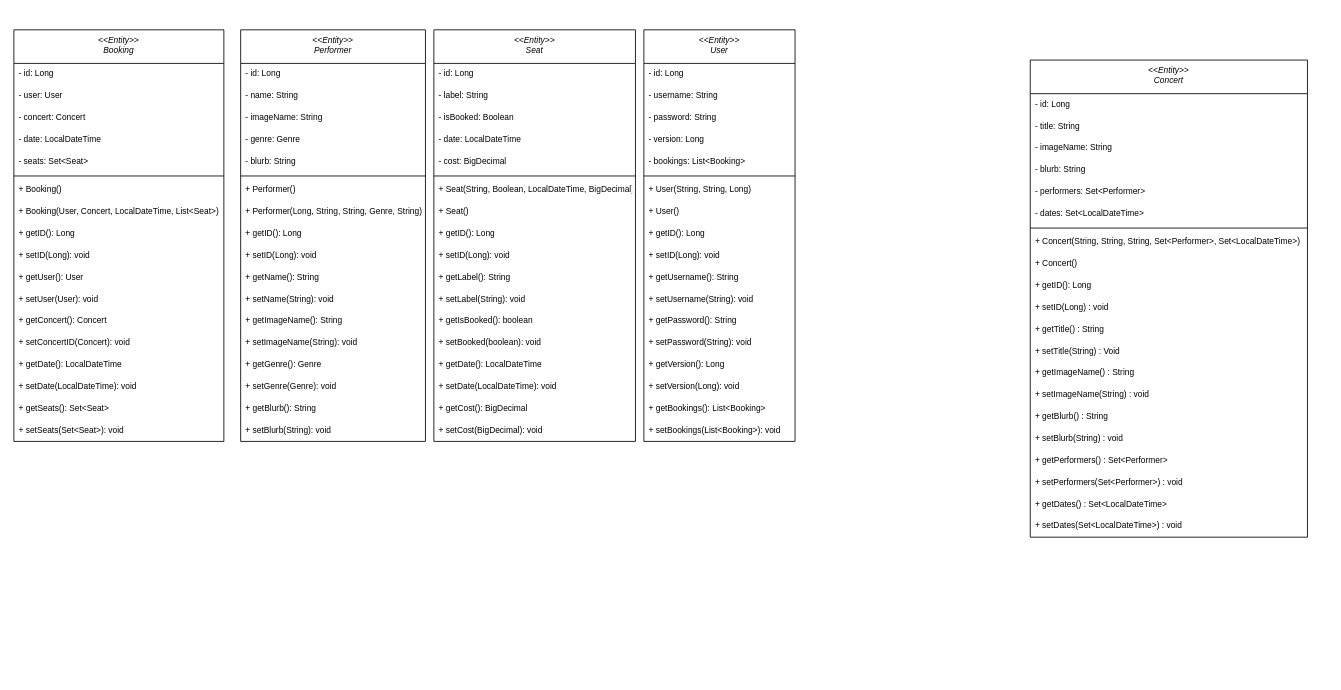
Above: Concert Project Class Diagram.drawio in jsokhon/CS331-Team-Project (draw.io), before the change. Source tidied: cells renumbered, new cells numbered last; positions are measured from the earlier drawing's top-left corner, leaving out a move shared by most shapes. Both pictures are drawn from the tidied source at 84%, with x=0, y=0 at pixel (13, 29).
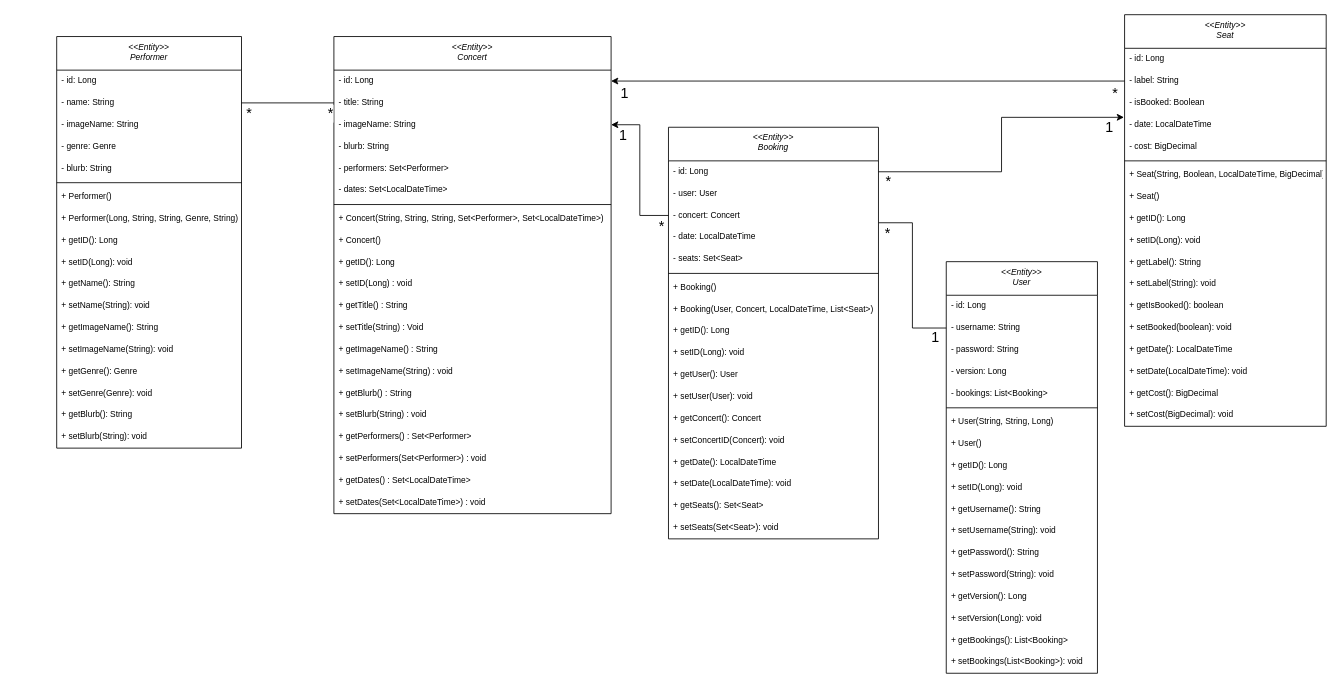
The same page after the edit.

The change refers to these unchanged cells:
```xml
<mxCell id="3" value="- id: Long" style="text;align=left;verticalAlign=top;spacingLeft=4;spacingRight=4;overflow=hidden;points=[[0,0.5],[1,0.5]];portConstraint=eastwest;fontSize=10;" parent="2" vertex="1">
  <mxGeometry y="40" width="330" height="26" as="geometry" />
</mxCell>
<mxCell id="4" value="- title: String" style="text;align=left;verticalAlign=top;spacingLeft=4;spacingRight=4;overflow=hidden;points=[[0,0.5],[1,0.5]];portConstraint=eastwest;rounded=0;shadow=0;html=0;fontSize=10;" parent="2" vertex="1">
  <mxGeometry y="66" width="330" height="26" as="geometry" />
</mxCell>
<mxCell id="5" value="- imageName: String&#10;" style="text;align=left;verticalAlign=top;spacingLeft=4;spacingRight=4;overflow=hidden;points=[[0,0.5],[1,0.5]];portConstraint=eastwest;rounded=0;shadow=0;html=0;fontSize=10;" parent="2" vertex="1">
  <mxGeometry y="92" width="330" height="26" as="geometry" />
</mxCell>
<mxCell id="25" value="- id: Long" style="text;align=left;verticalAlign=top;spacingLeft=4;spacingRight=4;overflow=hidden;points=[[0,0.5],[1,0.5]];portConstraint=eastwest;fontSize=10;" parent="24" vertex="1">
  <mxGeometry y="40" width="250" height="26" as="geometry" />
</mxCell>
<mxCell id="27" value="- concert: Concert" style="text;align=left;verticalAlign=top;spacingLeft=4;spacingRight=4;overflow=hidden;points=[[0,0.5],[1,0.5]];portConstraint=eastwest;rounded=0;shadow=0;html=0;fontSize=10;" parent="24" vertex="1">
  <mxGeometry y="92" width="250" height="26" as="geometry" />
</mxCell>
<mxCell id="45" value="- name: String" style="text;align=left;verticalAlign=top;spacingLeft=4;spacingRight=4;overflow=hidden;points=[[0,0.5],[1,0.5]];portConstraint=eastwest;rounded=0;shadow=0;html=0;fontSize=10;" parent="43" vertex="1">
  <mxGeometry y="66" width="220" height="26" as="geometry" />
</mxCell>
<mxCell id="64" value="- label: String" style="text;align=left;verticalAlign=top;spacingLeft=4;spacingRight=4;overflow=hidden;points=[[0,0.5],[1,0.5]];portConstraint=eastwest;rounded=0;shadow=0;html=0;fontSize=10;" parent="62" vertex="1">
  <mxGeometry y="66" width="240" height="26" as="geometry" />
</mxCell>
<mxCell id="66" value="- date: LocalDateTime" style="text;align=left;verticalAlign=top;spacingLeft=4;spacingRight=4;overflow=hidden;points=[[0,0.5],[1,0.5]];portConstraint=eastwest;rounded=0;shadow=0;html=0;fontSize=10;" parent="62" vertex="1">
  <mxGeometry y="118" width="240" height="26" as="geometry" />
</mxCell>
<mxCell id="83" value="- username: String" style="text;align=left;verticalAlign=top;spacingLeft=4;spacingRight=4;overflow=hidden;points=[[0,0.5],[1,0.5]];portConstraint=eastwest;rounded=0;shadow=0;html=0;fontSize=10;" parent="81" vertex="1">
  <mxGeometry y="66" width="180" height="26" as="geometry" />
</mxCell>
```

The edit, as a diff of the source:
```diff
@@
     <mxCell id="2" value="&lt;&lt;Entity&gt;&gt;&#10;Concert" style="swimlane;fontStyle=2;align=center;verticalAlign=top;horizontal=1;startSize=40;rounded=0;shadow=0;strokeWidth=1;fontSize=10;" parent="1" vertex="1">
-      <mxGeometry x="1210" y="36" width="330" height="568" as="geometry" />
+      <mxGeometry x="381" y="8" width="330" height="568" as="geometry" />
     </mxCell>
@@
     <mxCell id="24" value="&lt;&lt;Entity&gt;&gt;&#10;Booking" style="swimlane;fontStyle=2;align=center;verticalAlign=top;horizontal=1;startSize=40;rounded=0;shadow=0;strokeWidth=1;fontSize=10;" parent="1" vertex="1">
-      <mxGeometry width="250" height="490" as="geometry" />
+      <mxGeometry x="779.3" y="116" width="250" height="490" as="geometry" />
     </mxCell>
@@
     <mxCell id="43" value="&lt;&lt;Entity&gt;&gt;&#10;Performer" style="swimlane;fontStyle=2;align=center;verticalAlign=top;horizontal=1;startSize=40;rounded=0;shadow=0;strokeWidth=1;fontSize=10;" parent="1" vertex="1">
-      <mxGeometry x="270" width="220" height="490" as="geometry" />
+      <mxGeometry x="51" y="8" width="220" height="490" as="geometry" />
     </mxCell>
@@
     <mxCell id="62" value="&lt;&lt;Entity&gt;&gt;&#10;Seat" style="swimlane;fontStyle=2;align=center;verticalAlign=top;horizontal=1;startSize=40;rounded=0;shadow=0;strokeWidth=1;fontSize=10;" parent="1" vertex="1">
-      <mxGeometry x="500" width="240" height="490" as="geometry" />
+      <mxGeometry x="1322.3" y="-18" width="240" height="490" as="geometry" />
     </mxCell>
@@
     <mxCell id="81" value="&lt;&lt;Entity&gt;&gt;&#10;User" style="swimlane;fontStyle=2;align=center;verticalAlign=top;horizontal=1;startSize=40;rounded=0;shadow=0;strokeWidth=1;fontSize=10;" parent="1" vertex="1">
-      <mxGeometry x="750" width="180" height="490" as="geometry" />
+      <mxGeometry x="1110" y="276" width="180" height="490" as="geometry" />
     </mxCell>
@@
+    <mxCell id="100" style="edgeStyle=orthogonalEdgeStyle;rounded=0;jettySize=auto;html=1;exitX=1.001;exitY=0.834;exitDx=0;exitDy=0;endArrow=none;endFill=0;exitPerimeter=0;" parent="1" edge="1" source="27" target="83">
+      <mxGeometry relative="1" as="geometry" />
+    </mxCell>
+    <mxCell id="101" value="*" style="edgeLabel;html=1;align=center;verticalAlign=middle;fontSize=17;" parent="100" vertex="1">
+      <mxGeometry x="-0.84" relative="1" as="geometry">
+        <mxPoint x="-6" y="13" as="offset" />
+      </mxGeometry>
+    </mxCell>
+    <mxCell id="102" value="1" style="edgeLabel;html=1;align=center;verticalAlign=middle;fontSize=17;" parent="100" vertex="1">
+      <mxGeometry x="0.87" relative="1" as="geometry">
+        <mxPoint y="11" as="offset" />
+      </mxGeometry>
+    </mxCell>
+    <mxCell id="103" style="edgeStyle=orthogonalEdgeStyle;rounded=0;jettySize=auto;html=1;exitX=0;exitY=0.5;exitDx=0;exitDy=0;endArrow=classic;endFill=1;" parent="1" edge="1" source="27" target="5">
+      <mxGeometry relative="1" as="geometry" />
+    </mxCell>
+    <mxCell id="104" value="1" style="edgeLabel;html=1;align=center;verticalAlign=middle;fontSize=17;" parent="103" vertex="1">
+      <mxGeometry x="0.85" y="2" relative="1" as="geometry">
+        <mxPoint y="11" as="offset" />
+      </mxGeometry>
+    </mxCell>
+    <mxCell id="105" value="*" style="edgeLabel;html=1;align=center;verticalAlign=middle;fontSize=17;" parent="103" vertex="1">
+      <mxGeometry x="-0.95" y="-1" relative="1" as="geometry">
+        <mxPoint x="-5" y="14" as="offset" />
+      </mxGeometry>
+    </mxCell>
+    <mxCell id="106" style="edgeStyle=orthogonalEdgeStyle;rounded=0;jettySize=auto;html=1;exitX=0;exitY=0.5;exitDx=0;exitDy=0;entryX=1;entryY=0.5;entryDx=0;entryDy=0;endArrow=none;endFill=0;" parent="1" edge="1" source="4" target="45">
+      <mxGeometry relative="1" as="geometry" />
+    </mxCell>
+    <mxCell id="107" value="*" style="edgeLabel;html=1;align=center;verticalAlign=middle;fontSize=17;" parent="106" vertex="1">
+      <mxGeometry x="-0.91" y="-2" relative="1" as="geometry">
+        <mxPoint y="14" as="offset" />
+      </mxGeometry>
+    </mxCell>
+    <mxCell id="108" value="*" style="edgeLabel;html=1;align=center;verticalAlign=middle;fontSize=17;" parent="106" vertex="1">
+      <mxGeometry x="0.86" y="1" relative="1" as="geometry">
+        <mxPoint y="12" as="offset" />
+      </mxGeometry>
+    </mxCell>
+    <mxCell id="109" style="edgeStyle=orthogonalEdgeStyle;rounded=0;jettySize=auto;html=1;exitX=1;exitY=0.5;exitDx=0;exitDy=0;entryX=0;entryY=0.5;entryDx=0;entryDy=0;endArrow=none;endFill=0;startArrow=classic;startFill=1;" parent="1" edge="1" source="3" target="64">
+      <mxGeometry relative="1" as="geometry" />
+    </mxCell>
+    <mxCell id="110" value="*" style="edgeLabel;html=1;align=center;verticalAlign=middle;fontSize=17;" parent="109" vertex="1">
+      <mxGeometry x="0.96" relative="1" as="geometry">
+        <mxPoint y="15" as="offset" />
+      </mxGeometry>
+    </mxCell>
+    <mxCell id="111" value="1" style="edgeLabel;html=1;align=center;verticalAlign=middle;fontSize=17;" parent="109" vertex="1">
+      <mxGeometry x="-0.95" y="1" relative="1" as="geometry">
+        <mxPoint y="16" as="offset" />
+      </mxGeometry>
+    </mxCell>
+    <mxCell id="112" style="edgeStyle=orthogonalEdgeStyle;rounded=0;jettySize=auto;html=1;entryX=-0.003;entryY=0.16;entryDx=0;entryDy=0;entryPerimeter=0;" parent="1" edge="1" source="25" target="66">
+      <mxGeometry relative="1" as="geometry" />
+    </mxCell>
+    <mxCell id="113" value="*" style="edgeLabel;html=1;align=center;verticalAlign=middle;fontSize=17;" parent="112" vertex="1">
+      <mxGeometry x="-0.94" relative="1" as="geometry">
+        <mxPoint y="12" as="offset" />
+      </mxGeometry>
+    </mxCell>
+    <mxCell id="114" value="1" style="edgeLabel;html=1;align=center;verticalAlign=middle;fontSize=17;" parent="112" vertex="1">
+      <mxGeometry x="0.9" relative="1" as="geometry">
+        <mxPoint y="12" as="offset" />
+      </mxGeometry>
+    </mxCell>
```
